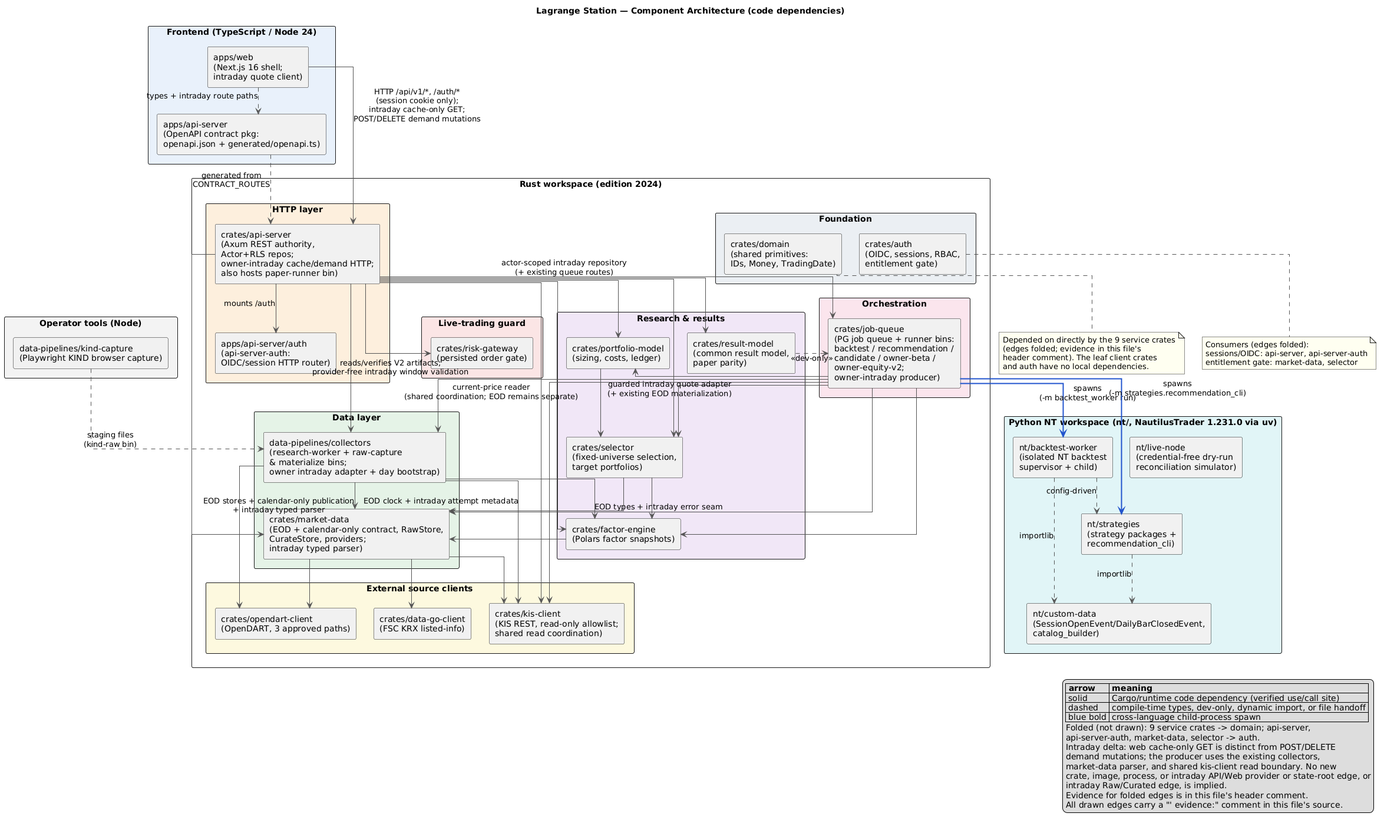
The PlantUML diagram docs/diagrams/component_architecture.png in sihioov/Lagrange, before a commit.
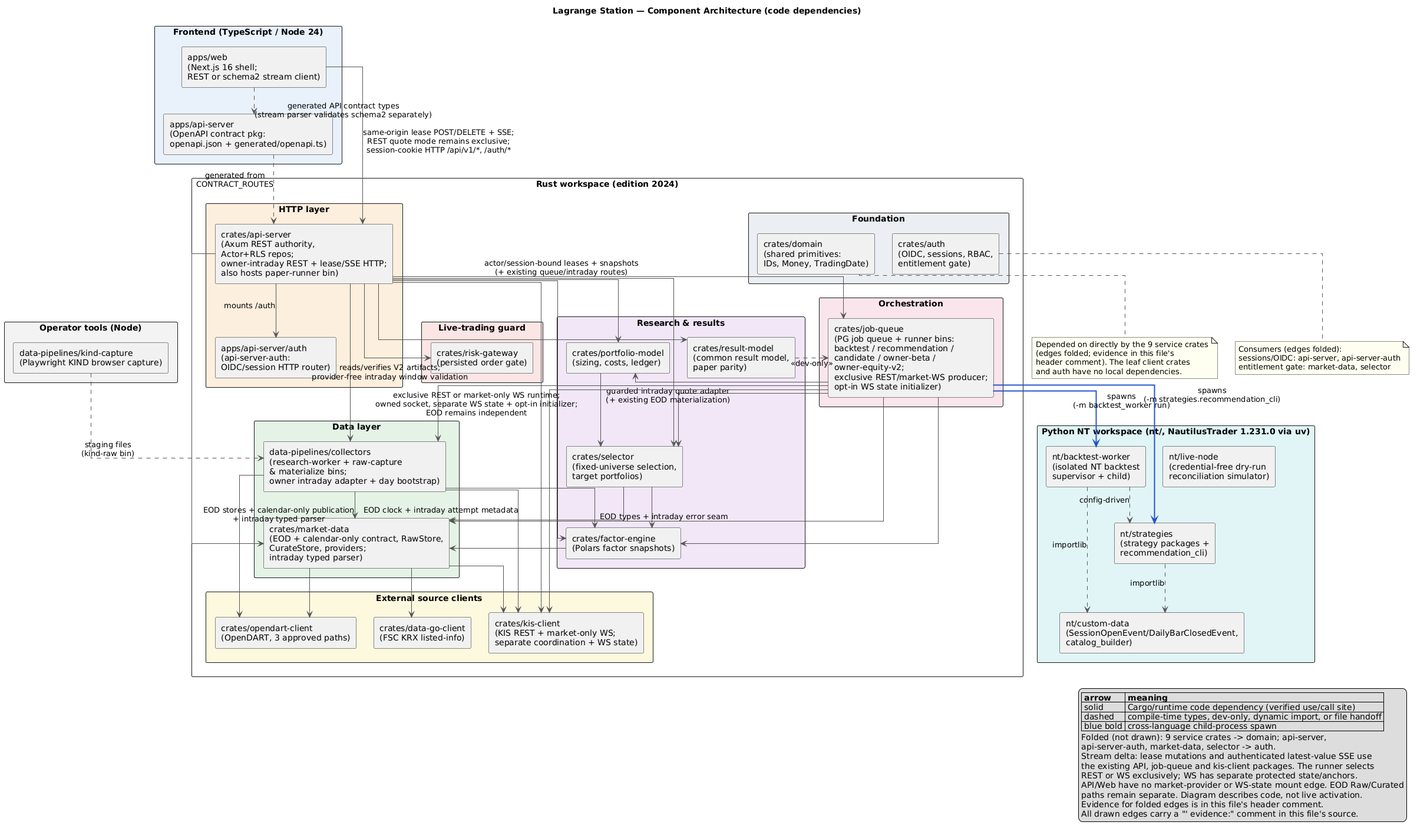
Later version of the same file.

Change to the diagram source:
```diff
@@ -12,19 +12,19 @@
 skinparam noteBackgroundColor #FFFFF0
 
 package "Frontend (TypeScript / Node 24)" #E8F1FB {
-  component "apps/web\n(Next.js 16 shell;\nintraday quote client)" as web
+  component "apps/web\n(Next.js 16 shell;\nREST or schema2 stream client)" as web
   component "apps/api-server\n(OpenAPI contract pkg:\nopenapi.json + generated/openapi.ts)" as api_contract
 }
 
 package "Rust workspace (edition 2024)" {
 
   package "HTTP layer" #FDEEDC {
-    component "crates/api-server\n(Axum REST authority,\nActor+RLS repos;\nowner-intraday cache/demand HTTP;\nalso hosts paper-runner bin)" as api_server
+    component "crates/api-server\n(Axum REST authority,\nActor+RLS repos;\nowner-intraday REST + lease/SSE HTTP;\nalso hosts paper-runner bin)" as api_server
     component "apps/api-server/auth\n(api-server-auth:\nOIDC/session HTTP router)" as api_server_auth
   }
 
   package "Orchestration" #FBE4EC {
-    component "crates/job-queue\n(PG job queue + runner bins:\nbacktest / recommendation /\ncandidate / owner-beta /\nowner-equity-v2;\nowner-intraday producer)" as job_queue
+    component "crates/job-queue\n(PG job queue + runner bins:\nbacktest / recommendation /\ncandidate / owner-beta /\nowner-equity-v2;\nexclusive REST/market-WS producer;\nopt-in WS state initializer)" as job_queue
   }
 
   package "Research & results" #F1E6F7 {
@@ -44,7 +44,7 @@
   }
 
   package "External source clients" #FCF8DE {
-    component "crates/kis-client\n(KIS REST, read-only allowlist;\nshared read coordination)" as kis_client
+    component "crates/kis-client\n(KIS REST + market-only WS;\nseparate coordination + WS state)" as kis_client
     component "crates/opendart-client\n(OpenDART, 3 approved paths)" as opendart_client
     component "crates/data-go-client\n(FSC KRX listed-info)" as data_go_client
   }
@@ -80,9 +80,9 @@
 }
 
 
-web --> api_server : HTTP /api/v1/*, /auth/*\n(session cookie only);\nintraday cache-only GET;\nPOST/DELETE demand mutations
+web --> api_server : same-origin lease POST/DELETE + SSE;\nREST quote mode remains exclusive;\nsession-cookie HTTP /api/v1/*, /auth/*
 
-web ..> api_contract : types + intraday route paths
+web ..> api_contract : generated API contract types\n(stream parser validates schema2 separately)
 
 api_contract ..> api_server : generated from\nCONTRACT_ROUTES
 
@@ -94,7 +94,7 @@
 api_server --> factor_engine
 api_server --> risk_gateway
 api_server --> kis_client
-api_server --> job_queue : actor-scoped intraday repository\n(+ existing queue routes)
+api_server --> job_queue : actor/session-bound leases + snapshots\n(+ existing queue/intraday routes)
 api_server --> market_data
 api_server --> portfolio_model
 api_server --> result_model
@@ -106,7 +106,7 @@
 job_queue --> portfolio_model
 job_queue --> market_data : EOD types + intraday error seam
 job_queue --> collectors : guarded intraday quote adapter\n(+ existing EOD materialization)
-job_queue --> kis_client : current-price reader\n(shared coordination; EOD remains separate)
+job_queue --> kis_client : exclusive REST or market-only WS runtime;\nowned socket, separate WS state + opt-in initializer;\nEOD remains independent
 
 
 factor_engine --> market_data
@@ -149,11 +149,11 @@
   | blue bold | cross-language child-process spawn |
   Folded (not drawn): 9 service crates -> domain; api-server,
   api-server-auth, market-data, selector -> auth.
-  Intraday delta: web cache-only GET is distinct from POST/DELETE
-  demand mutations; the producer uses the existing collectors,
-  market-data parser, and shared kis-client read boundary. No new
-  crate, image, process, or intraday API/Web provider or state-root edge, or
-  intraday Raw/Curated edge, is implied.
+  Stream delta: lease mutations and authenticated latest-value SSE use
+  the existing API, job-queue and kis-client packages. The runner selects
+  REST or WS exclusively; WS has separate protected state/anchors.
+  API/Web have no market-provider or WS-state mount edge. EOD Raw/Curated
+  paths remain separate. Diagram describes code, not live activation.
   Evidence for folded edges is in this file's header comment.
   All drawn edges carry a "' evidence:" comment in this file's source.
 endlegend
```
